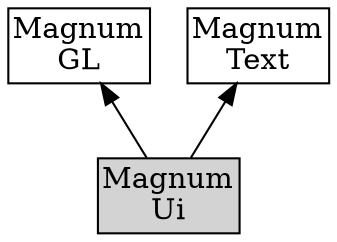
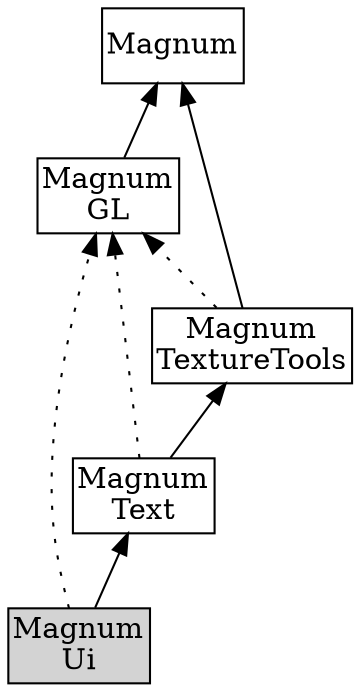
/*
    This file is part of Magnum.

    Copyright © 2010, 2011, 2012, 2013, 2014, 2015, 2016, 2017, 2018, 2019,
                2020, 2021, 2022, 2023, 2024, 2025, 2026
              Vladimír Vondruš <mosra@centrum.cz>

    Permission is hereby granted, free of charge, to any person obtaining a
    copy of this software and associated documentation files (the "Software"),
    to deal in the Software without restriction, including without limitation
    the rights to use, copy, modify, merge, publish, distribute, sublicense,
    and/or sell copies of the Software, and to permit persons to whom the
    Software is furnished to do so, subject to the following conditions:

    The above copyright notice and this permission notice shall be included
    in all copies or substantial portions of the Software.

    THE SOFTWARE IS PROVIDED "AS IS", WITHOUT WARRANTY OF ANY KIND, EXPRESS OR
    IMPLIED, INCLUDING BUT NOT LIMITED TO THE WARRANTIES OF MERCHANTABILITY,
    FITNESS FOR A PARTICULAR PURPOSE AND NONINFRINGEMENT. IN NO EVENT SHALL
    THE AUTHORS OR COPYRIGHT HOLDERS BE LIABLE FOR ANY CLAIM, DAMAGES OR OTHER
    LIABILITY, WHETHER IN AN ACTION OF CONTRACT, TORT OR OTHERWISE, ARISING
    FROM, OUT OF OR IN CONNECTION WITH THE SOFTWARE OR THE USE OR OTHER
    DEALINGS IN THE SOFTWARE.
*/

digraph "Magnum Extras dependency order" {
    rankdir=BT
    ranksep=0.5
    node [style=filled shape=rect margin="0.03,0.03"]

+     Magnum [style=solid class="m-primary"]
    MagnumGL [style=solid label="Magnum\nGL" class="m-info"]
+     MagnumTextureTools [style=solid label="Magnum\nTextureTools" class="m-info"]
    MagnumText [style=solid label="Magnum\nText" class="m-info"]

    MagnumUi [label="Magnum\nUi" class="m-info"]

-     MagnumUi -> MagnumGL
+     MagnumGL -> Magnum [class="m-info"]
+     MagnumText -> MagnumTextureTools [class="m-info"]
+     MagnumText -> MagnumGL [style=dotted class="m-info"]
+     MagnumTextureTools -> Magnum [class="m-info"]
+     MagnumTextureTools -> MagnumGL [style=dotted class="m-info"]
+ 
+     MagnumUi -> MagnumGL [style=dotted]
    MagnumUi -> MagnumText
}
